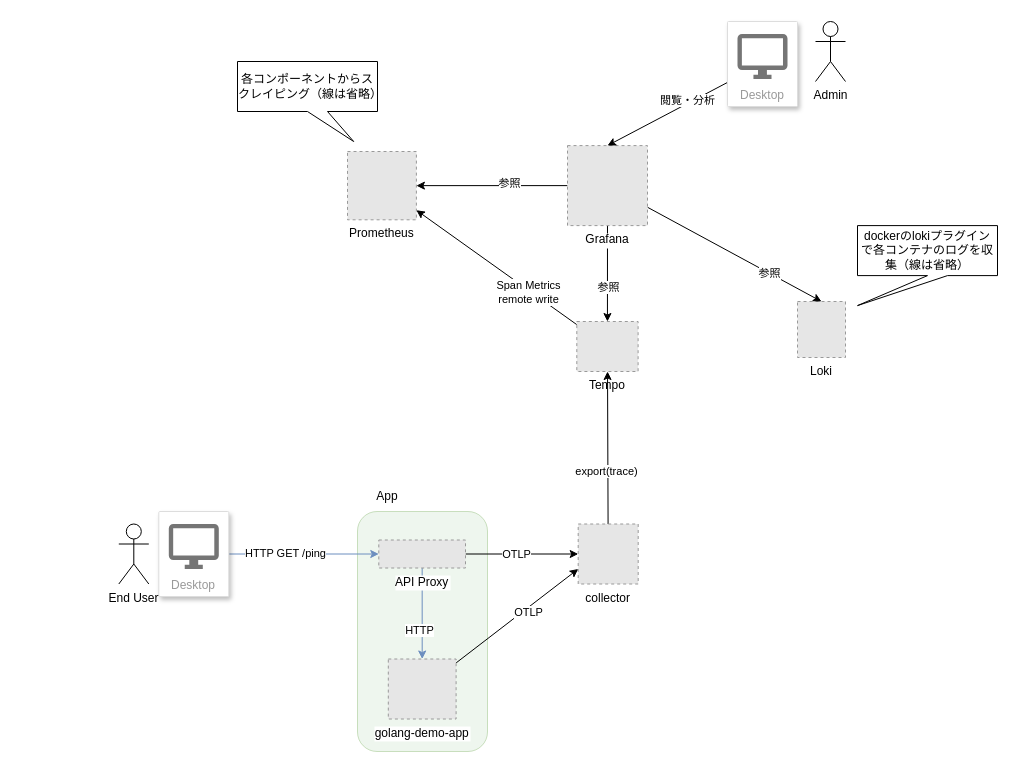
Earlier version of the draw.io diagram diagram.drawio (tamura-daiki-dc3/opentelemetry-demo). Source tidied: cells renumbered, new cells numbered last; positions are measured from the earlier drawing's top-left corner, leaving out a move shared by most shapes. Both pictures are drawn from the tidied source at 100%, with x=0, y=0 at pixel (118, 21). Pictures stored in the file or linked from it are replaced by grey dashed boxes.
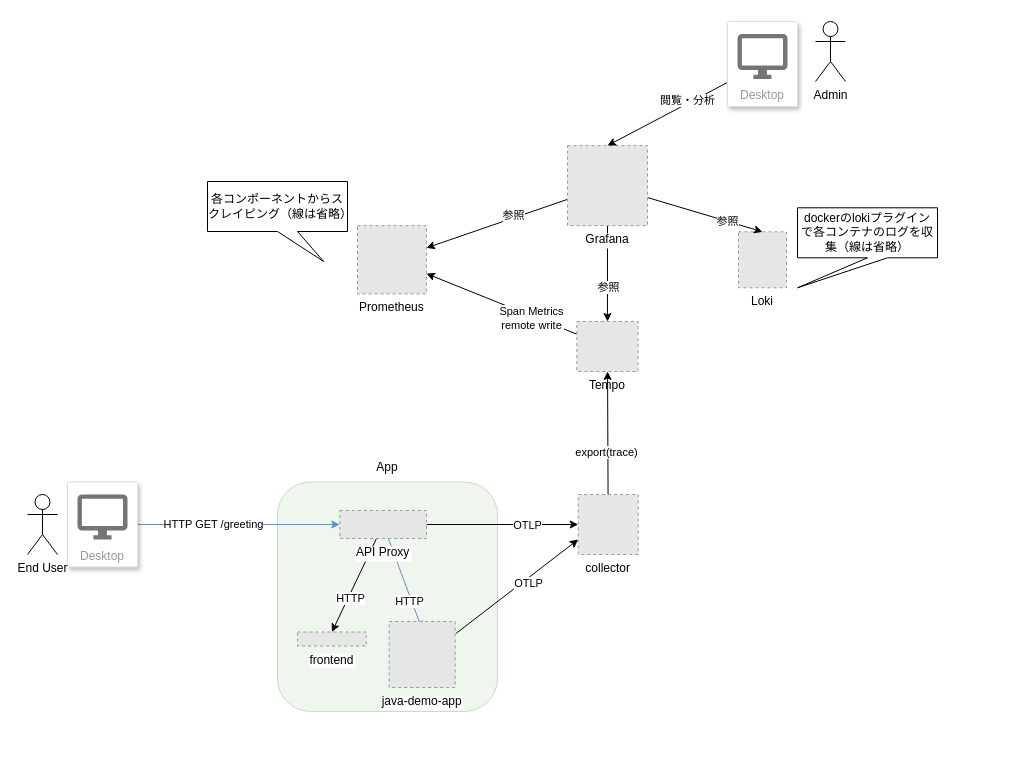
After the change.

The change refers to these unchanged cells:
```xml
<mxCell id="18" style="edgeStyle=none;html=1;exitX=1;exitY=0.5;exitDx=0;exitDy=0;" parent="1" edge="1" source="28" target="9">
  <mxGeometry relative="1" as="geometry" />
</mxCell>
<mxCell id="32" style="edgeStyle=none;html=1;entryX=0;entryY=0.5;entryDx=0;entryDy=0;fillColor=#dae8fc;strokeColor=#6c8ebf;" parent="1" edge="1" source="34" target="28">
  <mxGeometry relative="1" as="geometry" />
</mxCell>
```

What changed in the source:
```diff
@@
     <mxCell id="2" style="rounded=1;whiteSpace=wrap;html=1;fillColor=#d5e8d4;strokeColor=#82b366;opacity=40;" parent="1" vertex="1">
-      <mxGeometry x="239" y="490" width="130" height="240" as="geometry" />
+      <mxGeometry x="159" y="460.5" width="220" height="229.5" as="geometry" />
     </mxCell>
@@
     <mxCell id="6" value="Loki" style="fillColor=#E6E6E6;strokeColor=#999999;dashed=1;verticalLabelPosition=bottom;labelBackgroundColor=default;verticalAlign=top;" parent="1" vertex="1">
-      <mxGeometry x="679" y="280" width="48" height="56" as="geometry" />
+      <mxGeometry x="620" y="210.3" width="48" height="56" as="geometry" />
     </mxCell>
@@
     <mxCell id="9" value="collector" style="fillColor=#E6E6E6;strokeColor=#999999;dashed=1;verticalLabelPosition=bottom;labelBackgroundColor=default;verticalAlign=top;" parent="1" vertex="1">
-      <mxGeometry x="459.7" y="502.5" width="60" height="60" as="geometry" />
+      <mxGeometry x="459.7" y="473" width="60" height="60" as="geometry" />
     </mxCell>
@@
     <mxCell id="17" value="Prometheus" style="fillColor=#E6E6E6;strokeColor=#999999;dashed=1;verticalLabelPosition=bottom;labelBackgroundColor=default;verticalAlign=top;" parent="1" vertex="1">
-      <mxGeometry x="229" y="130" width="68.9" height="68.3" as="geometry" />
+      <mxGeometry x="239" y="204.1" width="68.9" height="68.3" as="geometry" />
     </mxCell>
@@
     <mxCell id="19" value="OTLP" style="edgeLabel;html=1;align=center;verticalAlign=middle;" parent="18" vertex="1">
       <mxGeometry x="-0.52" y="1" relative="1" as="geometry">
-        <mxPoint x="23" y="1" as="offset" />
+        <mxPoint x="64" y="1" as="offset" />
       </mxGeometry>
     </mxCell>
@@
     <mxCell id="25" value="各コンポーネントからスクレイピング（線は省略）" style="shape=callout;whiteSpace=wrap;html=1;perimeter=calloutPerimeter;position2=0.83;" parent="1" vertex="1">
-      <mxGeometry x="119" y="40" width="140" height="80" as="geometry" />
+      <mxGeometry x="89" y="160" width="140" height="80" as="geometry" />
     </mxCell>
-    <mxCell id="26" style="edgeStyle=none;html=1;entryX=0.5;entryY=0;entryDx=0;entryDy=0;fillColor=#dae8fc;strokeColor=#6c8ebf;" parent="1" edge="1" source="28" target="31">
-      <mxGeometry relative="1" as="geometry" />
+    <mxCell id="26" style="edgeStyle=none;html=1;entryX=0.5;entryY=0;entryDx=0;entryDy=0;fillColor=#dae8fc;strokeColor=#6c8ebf;" parent="1" edge="1" source="28">
+      <mxGeometry relative="1" as="geometry">
+        <mxPoint x="303.7" y="608" as="targetPoint" />
+      </mxGeometry>
     </mxCell>
@@
+    <mxCell id="39" style="edgeStyle=none;html=1;entryX=0.5;entryY=0;entryDx=0;entryDy=0;" parent="1" edge="1" source="28" target="42">
+      <mxGeometry relative="1" as="geometry" />
+    </mxCell>
+    <mxCell id="40" value="HTTP" style="edgeLabel;html=1;align=center;verticalAlign=middle;" parent="39" vertex="1">
+      <mxGeometry x="0.25" y="2" relative="1" as="geometry" />
+    </mxCell>
     <mxCell id="28" value="API Proxy" style="fillColor=#E6E6E6;strokeColor=#999999;dashed=1;verticalLabelPosition=bottom;labelBackgroundColor=default;verticalAlign=top;" parent="1" vertex="1">
-      <mxGeometry x="260.3" y="518.5" width="86.7" height="28" as="geometry" />
+      <mxGeometry x="221.3" y="489" width="86.7" height="28" as="geometry" />
     </mxCell>
-    <mxCell id="29" style="edgeStyle=none;html=1;entryX=0;entryY=0.75;entryDx=0;entryDy=0;" parent="1" edge="1" source="31" target="9">
-      <mxGeometry relative="1" as="geometry" />
+    <mxCell id="29" style="edgeStyle=none;html=1;entryX=0;entryY=0.75;entryDx=0;entryDy=0;" parent="1" edge="1" target="9">
+      <mxGeometry relative="1" as="geometry">
+        <mxPoint x="337.6" y="611.9" as="sourcePoint" />
+      </mxGeometry>
     </mxCell>
@@
-    <mxCell id="31" value="golang-demo-app" style="fillColor=#E6E6E6;strokeColor=#999999;dashed=1;verticalLabelPosition=bottom;labelBackgroundColor=default;verticalAlign=top;" parent="1" vertex="1">
-      <mxGeometry x="269.8" y="637.5" width="67.8" height="60" as="geometry" />
-    </mxCell>
@@
-    <mxCell id="33" value="HTTP GET /ping" style="edgeLabel;html=1;align=center;verticalAlign=middle;" parent="32" vertex="1">
+    <mxCell id="33" value="HTTP GET /greeting" style="edgeLabel;html=1;align=center;verticalAlign=middle;" parent="32" vertex="1">
       <mxGeometry x="-0.26" y="1" relative="1" as="geometry" />
     </mxCell>
     <mxCell id="34" value="Desktop" style="strokeColor=#dddddd;shadow=1;strokeWidth=1;rounded=1;absoluteArcSize=1;arcSize=2;labelPosition=center;verticalLabelPosition=middle;align=center;verticalAlign=bottom;spacingLeft=0;fontColor=#999999;fontSize=12;whiteSpace=wrap;spacingBottom=2;" parent="1" vertex="1">
-      <mxGeometry x="40.3" y="490" width="70" height="85" as="geometry" />
+      <mxGeometry x="-51" y="460.5" width="70" height="85" as="geometry" />
     </mxCell>
@@
     <mxCell id="36" value="End User" style="shape=umlActor;verticalLabelPosition=bottom;verticalAlign=top;html=1;" parent="1" vertex="1">
-      <mxGeometry x="0.3" y="502.5" width="30" height="60" as="geometry" />
+      <mxGeometry x="-91" y="473" width="30" height="60" as="geometry" />
     </mxCell>
     <mxCell id="37" value="App" style="text;html=1;strokeColor=none;fillColor=none;align=center;verticalAlign=middle;whiteSpace=wrap;rounded=0;opacity=40;" parent="1" vertex="1">
-      <mxGeometry x="239" y="460" width="60" height="30" as="geometry" />
+      <mxGeometry x="239" y="430.5" width="60" height="30" as="geometry" />
     </mxCell>
     <mxCell id="38" value="dockerのlokiプラグインで各コンテナのログを収集（線は省略）" style="shape=callout;whiteSpace=wrap;html=1;perimeter=calloutPerimeter;position2=0;" parent="1" vertex="1">
-      <mxGeometry x="739" y="204.1" width="140" height="80" as="geometry" />
+      <mxGeometry x="679" y="186.3" width="140" height="80" as="geometry" />
     </mxCell>
+    <mxCell id="41" value="java-demo-app" style="fillColor=#E6E6E6;strokeColor=#999999;dashed=1;verticalLabelPosition=bottom;labelBackgroundColor=default;verticalAlign=top;" parent="1" vertex="1">
+      <mxGeometry x="270.7" y="600" width="66" height="66" as="geometry" />
+    </mxCell>
+    <mxCell id="42" value="frontend" style="fillColor=#E6E6E6;strokeColor=#999999;dashed=1;verticalLabelPosition=bottom;labelBackgroundColor=default;verticalAlign=top;" parent="1" vertex="1">
+      <mxGeometry x="179" y="610.5" width="68.8" height="14" as="geometry" />
+    </mxCell>
```
